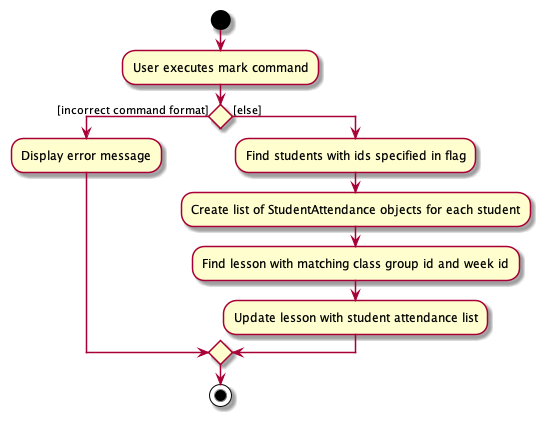
Above: docs/images/MarkUnmarkActivityDiagram.png in nus-cs2103-AY2122S2/tp (PlantUML), before the change.
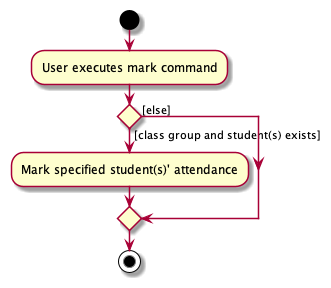
Later version of the same file.

What changed in the source:
```diff
@@ -3,13 +3,9 @@
 
 :User executes mark command;
 
-if () then ([incorrect command format])
-    :Display error message;
+if () then ([class group and student(s) exists])
+    :Mark specified student(s)' attendance;
 else ([else])
-    :Find students with ids specified in flag;
-    :Create list of StudentAttendance objects for each student;
-    :Find lesson with matching class group id and week id;
-    :Update lesson with student attendance list;
 endif
 stop
 @enduml
```
